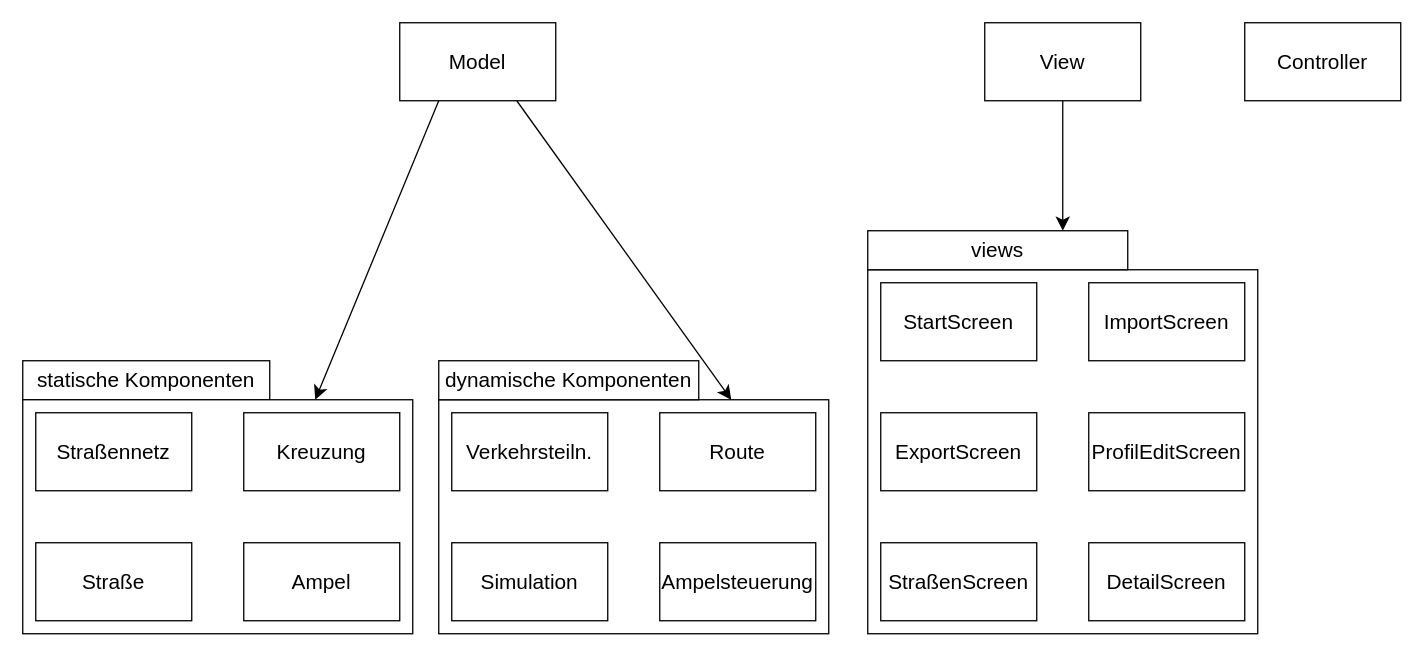
KlnSdr/softwaretechnik_gruppeF keeps this draw.io diagram as arch/packages.drawio. Above is the earlier version. Source tidied: cells renumbered, new cells numbered last; positions are measured from the earlier drawing's top-left corner, leaving out a move shared by most shapes. Both pictures are drawn from the tidied source at 130%, with x=0, y=0 at pixel (22, 22).
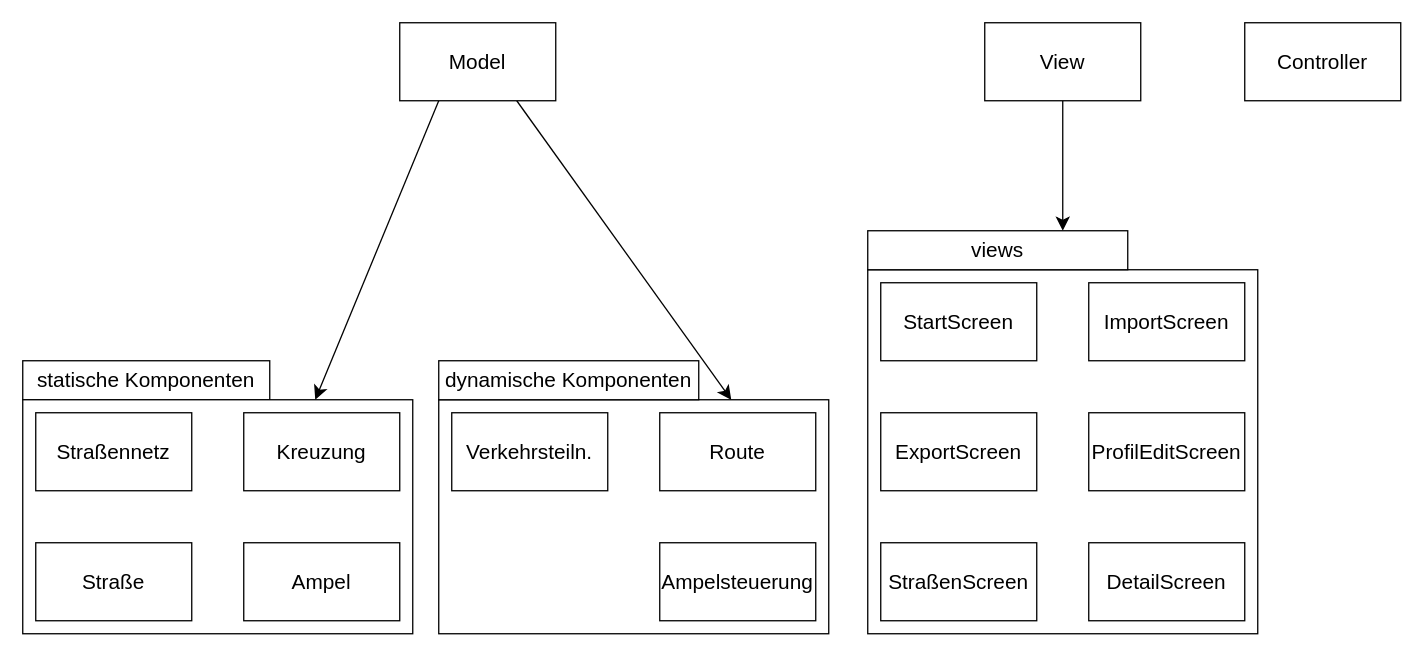
The same page after the edit.

Commit message (it also covers changes not shown here):
simulation klasse löschen

The edit, as a diff of the source:
```diff
@@
-    <mxCell id="20" value="Simulation" style="rounded=0;whiteSpace=wrap;html=1;fontSize=16;" parent="1" vertex="1">
-      <mxGeometry x="330" y="400" width="120" height="60" as="geometry" />
-    </mxCell>
```
